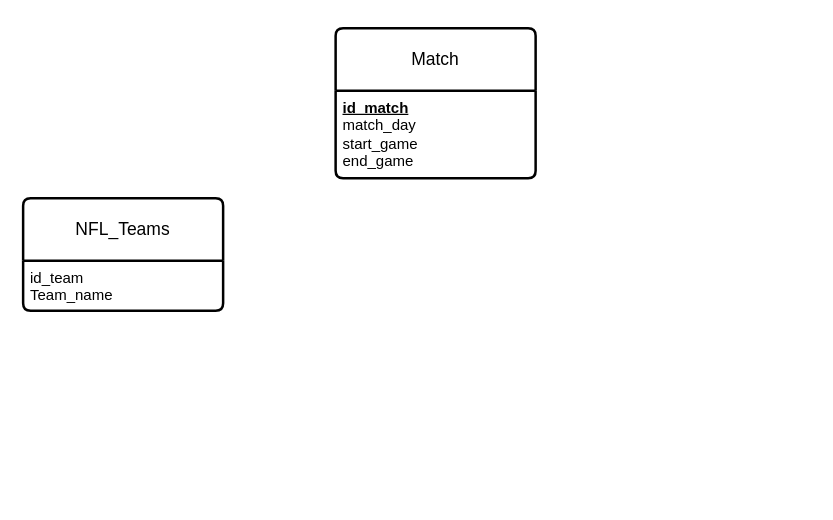
Above: Untitled Diagram.drawio in jerome80600out/ECF-Bachelor-22-24 (draw.io), before the change. Source tidied: cells renumbered, new cells numbered last; positions are measured from the earlier drawing's top-left corner, leaving out a move shared by most shapes. Both pictures are drawn from the tidied source at 125%, with x=0, y=0 at pixel (22, 28).
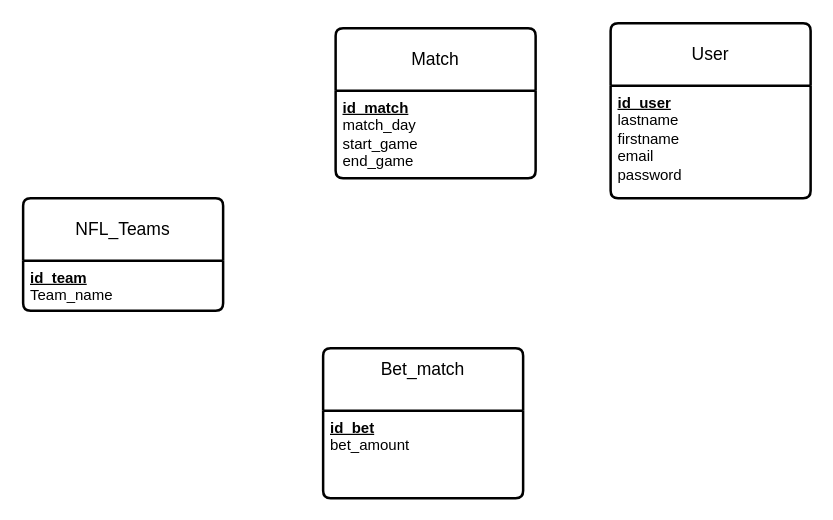
Above is the later version.

The edit, as a diff of the source:
```diff
@@
 <mxGraphModel>
   <root>
     <mxCell id="0" />
     <mxCell id="1" parent="0" />
     <mxCell id="2" value="Match" style="swimlane;horizontal=1;startSize=50;rounded=1;fontSize=14;fontStyle=0;strokeWidth=2;shadow=0;dashed=0;align=center;arcSize=4;whiteSpace=wrap;html=1;" parent="1" vertex="1">
       <mxGeometry x="250" width="160" height="120" as="geometry" />
     </mxCell>
     <mxCell id="3" value="&lt;div&gt;&lt;b&gt;&lt;u&gt;id_match&lt;/u&gt;&lt;/b&gt;&lt;/div&gt;&lt;div&gt;match_day&lt;br&gt;&lt;/div&gt;&lt;div&gt;start_game&lt;/div&gt;&lt;div&gt;end_game&lt;/div&gt;&lt;div&gt;&lt;br&gt;&lt;/div&gt;&lt;div&gt;&lt;br&gt;&lt;/div&gt;" style="align=left;strokeColor=none;fillColor=none;spacingLeft=4;fontSize=12;verticalAlign=top;html=1;" parent="2" vertex="1">
       <mxGeometry y="50" width="160" height="70" as="geometry" />
     </mxCell>
     <mxCell id="4" value="NFL_Teams" style="swimlane;horizontal=1;startSize=50;rounded=1;fontSize=14;fontStyle=0;strokeWidth=2;shadow=0;dashed=0;align=center;arcSize=4;whiteSpace=wrap;html=1;" parent="1" vertex="1">
       <mxGeometry y="136" width="160" height="90" as="geometry" />
     </mxCell>
-    <mxCell id="5" value="&lt;div&gt;id_team&lt;/div&gt;&lt;div&gt;Team_name&lt;/div&gt;&lt;div&gt;&lt;br&gt;&lt;/div&gt;" style="align=left;strokeColor=none;fillColor=none;spacingLeft=4;fontSize=12;verticalAlign=top;html=1;" parent="4" vertex="1">
+    <mxCell id="5" value="&lt;div&gt;&lt;b&gt;&lt;u&gt;id_team&lt;/u&gt;&lt;/b&gt;&lt;/div&gt;&lt;div&gt;Team_name&lt;/div&gt;&lt;div&gt;&lt;br&gt;&lt;/div&gt;" style="align=left;strokeColor=none;fillColor=none;spacingLeft=4;fontSize=12;verticalAlign=top;html=1;" parent="4" vertex="1">
       <mxGeometry y="50" width="160" height="40" as="geometry" />
     </mxCell>
+    <mxCell id="6" value="User" style="swimlane;horizontal=1;startSize=50;rounded=1;fontSize=14;fontStyle=0;strokeWidth=2;shadow=0;dashed=0;align=center;arcSize=4;whiteSpace=wrap;html=1;" parent="1" vertex="1">
+      <mxGeometry x="470" y="-4" width="160" height="140" as="geometry" />
+    </mxCell>
+    <mxCell id="7" value="&lt;div&gt;&lt;b&gt;&lt;u&gt;id_user&lt;/u&gt;&lt;/b&gt;&lt;/div&gt;&lt;div&gt;lastname&lt;/div&gt;&lt;div&gt;firstname&lt;/div&gt;&lt;div&gt;email&lt;/div&gt;&lt;div&gt;password&lt;/div&gt;&lt;div&gt;&lt;br&gt;&lt;/div&gt;&lt;div&gt;&lt;br&gt;&lt;/div&gt;" style="align=left;strokeColor=none;fillColor=none;spacingLeft=4;fontSize=12;verticalAlign=top;html=1;" parent="6" vertex="1">
+      <mxGeometry y="50" width="160" height="90" as="geometry" />
+    </mxCell>
+    <mxCell id="8" value="&lt;div&gt;Bet_match&lt;/div&gt;&lt;div&gt;&lt;br&gt;&lt;/div&gt;" style="swimlane;horizontal=1;startSize=50;rounded=1;fontSize=14;fontStyle=0;strokeWidth=2;shadow=0;dashed=0;align=center;arcSize=4;whiteSpace=wrap;html=1;" parent="1" vertex="1">
+      <mxGeometry x="240" y="256" width="160" height="120" as="geometry" />
+    </mxCell>
+    <mxCell id="9" value="&lt;div&gt;&lt;b&gt;&lt;u&gt;id_bet&lt;/u&gt;&lt;/b&gt;&lt;/div&gt;&lt;div&gt;bet_amount&lt;/div&gt;&lt;div&gt;&lt;br&gt;&lt;/div&gt;" style="align=left;strokeColor=none;fillColor=none;spacingLeft=4;fontSize=12;verticalAlign=top;html=1;" parent="8" vertex="1">
+      <mxGeometry y="50" width="160" height="70" as="geometry" />
+    </mxCell>
   </root>
 </mxGraphModel>
```
